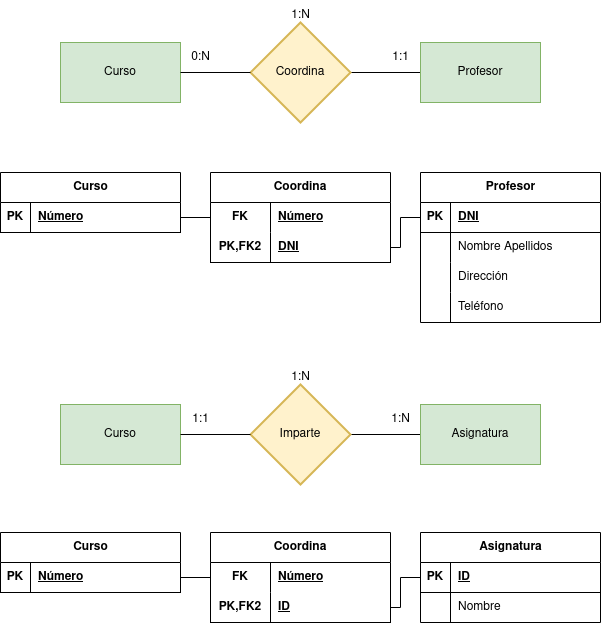
GermanOjeda/base-datos keeps this draw.io diagram as tareas 1/Ejercicio calificable docente (MR-2).drawio.png. Above is the earlier version. Source tidied: cells renumbered, new cells last; positions are measured from the earlier drawing's top-left corner, leaving out a move shared by most shapes.
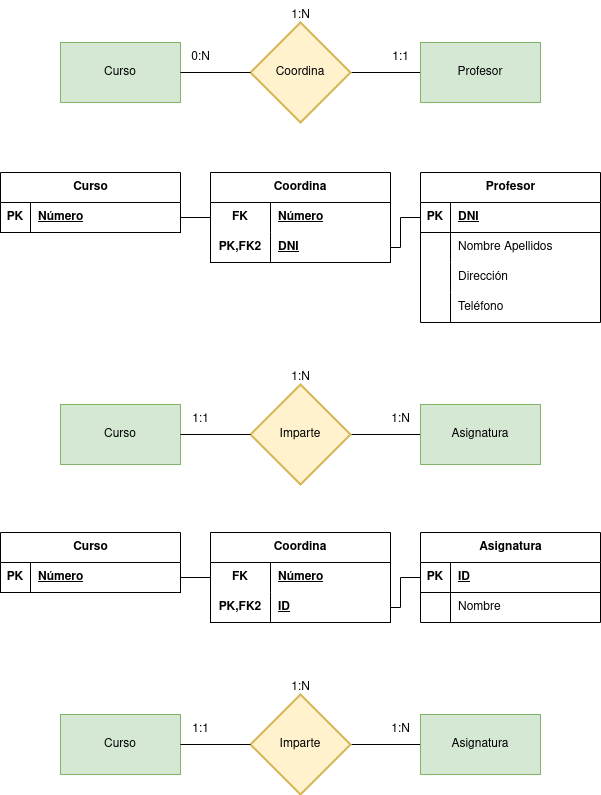
The same file after the commit.

What changed in the source:
```diff
@@ -188,5 +188,29 @@
     <mxCell id="63" style="edgeStyle=orthogonalEdgeStyle;rounded=0;jettySize=auto;html=1;exitX=0;exitY=0.5;exitDx=0;exitDy=0;entryX=1;entryY=0.5;entryDx=0;entryDy=0;endArrow=none;endFill=0;" parent="1" edge="1" source="49" target="59">
       <mxGeometry relative="1" as="geometry" />
     </mxCell>
+    <mxCell id="64" value="Curso" style="rounded=0;whiteSpace=wrap;html=1;fillColor=#d5e8d4;strokeColor=#82b366;" parent="1" vertex="1">
+      <mxGeometry x="60" y="714" width="120" height="60" as="geometry" />
+    </mxCell>
+    <mxCell id="65" style="edgeStyle=orthogonalEdgeStyle;rounded=0;jettySize=auto;html=1;exitX=1;exitY=0.5;exitDx=0;exitDy=0;exitPerimeter=0;entryX=0;entryY=0.5;entryDx=0;entryDy=0;endArrow=none;endFill=0;" parent="1" edge="1" source="66" target="67">
+      <mxGeometry relative="1" as="geometry" />
+    </mxCell>
+    <mxCell id="66" value="Imparte" style="strokeWidth=2;html=1;shape=mxgraph.flowchart.decision;whiteSpace=wrap;fillColor=#fff2cc;strokeColor=#d6b656;" parent="1" vertex="1">
+      <mxGeometry x="250" y="694" width="100" height="100" as="geometry" />
+    </mxCell>
+    <mxCell id="67" value="Asignatura" style="rounded=0;whiteSpace=wrap;html=1;fillColor=#d5e8d4;strokeColor=#82b366;" parent="1" vertex="1">
+      <mxGeometry x="420" y="714" width="120" height="60" as="geometry" />
+    </mxCell>
+    <mxCell id="68" style="rounded=0;jettySize=auto;html=1;exitX=1;exitY=0.5;exitDx=0;exitDy=0;entryX=0;entryY=0.5;entryDx=0;entryDy=0;entryPerimeter=0;endArrow=none;endFill=0;" parent="1" edge="1" source="64" target="66">
+      <mxGeometry relative="1" as="geometry" />
+    </mxCell>
+    <mxCell id="69" value="1:1" style="text;html=1;align=center;verticalAlign=middle;strokeColor=none;fillColor=none;" parent="1" vertex="1">
+      <mxGeometry x="180" y="714" width="40" height="30" as="geometry" />
+    </mxCell>
+    <mxCell id="70" value="1:N" style="text;html=1;align=center;verticalAlign=middle;strokeColor=none;fillColor=none;" parent="1" vertex="1">
+      <mxGeometry x="380" y="714" width="40" height="30" as="geometry" />
+    </mxCell>
+    <mxCell id="71" value="1:N" style="text;html=1;align=center;verticalAlign=middle;strokeColor=none;fillColor=none;" parent="1" vertex="1">
+      <mxGeometry x="280" y="672" width="40" height="30" as="geometry" />
+    </mxCell>
   </root>
 </mxGraphModel>
```
